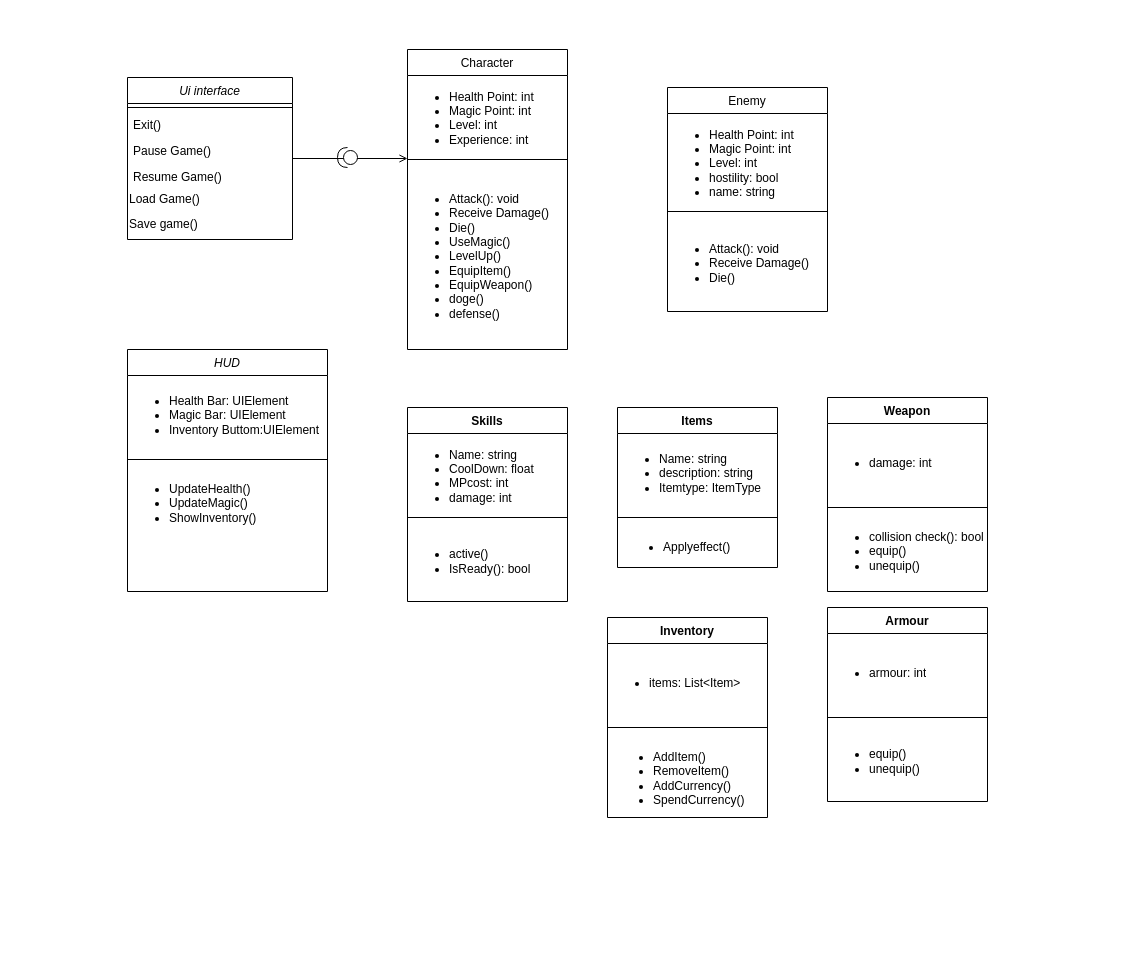
Earlier version of the draw.io diagram Game_UML_diagram.drawio (AndyC00/Ubi_hard-Game). Source tidied: cells renumbered, new cells numbered last; positions are measured from the earlier drawing's top-left corner, leaving out a move shared by most shapes. Both pictures are drawn from the tidied source at 100%, with x=0, y=0 at pixel (127, 49).
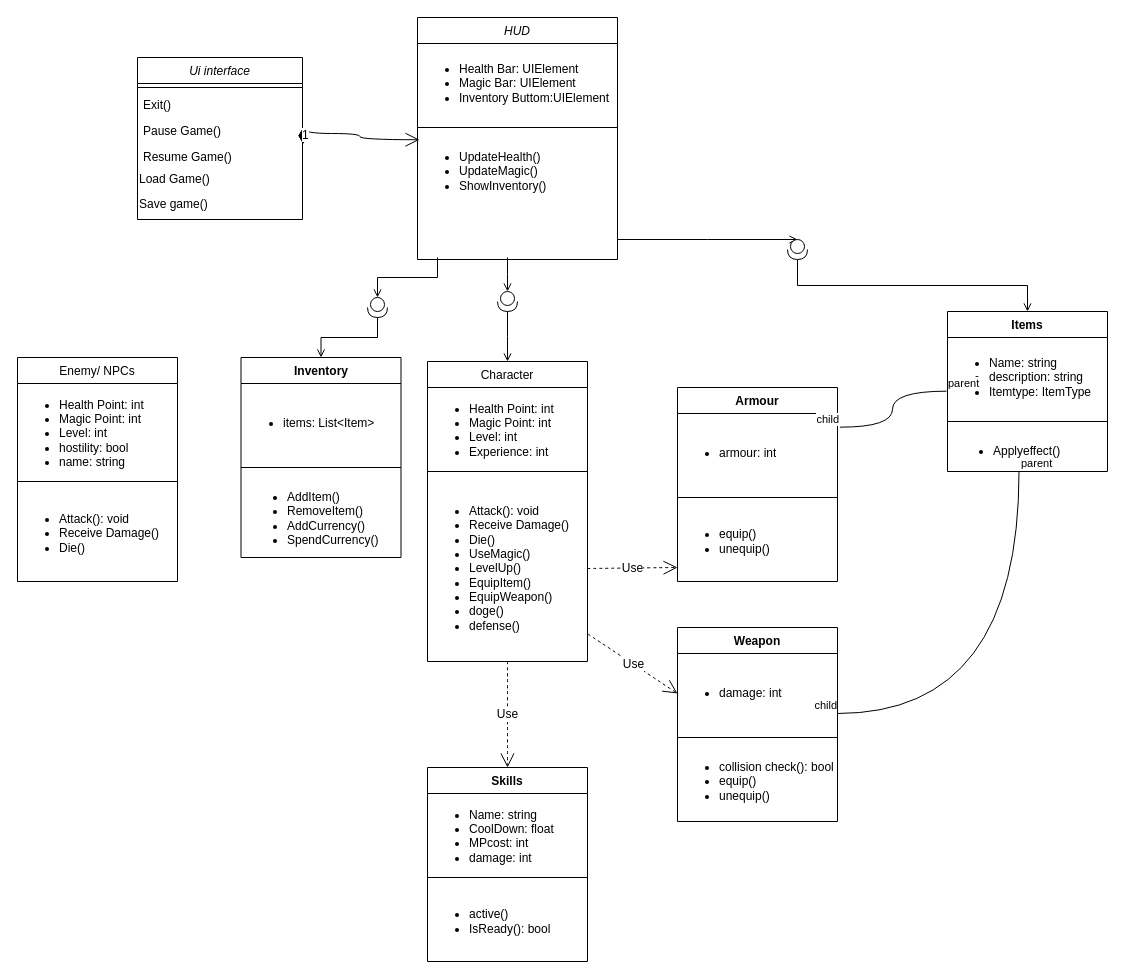
After the change.

Unchanged cells that the change refers to:
```xml
<mxCell id="6" value="Resume Game()" style="text;align=left;verticalAlign=top;spacingLeft=4;spacingRight=4;overflow=hidden;points=[[0,0.5],[1,0.5]];portConstraint=eastwest;rounded=0;shadow=0;html=0;" parent="2" vertex="1">
  <mxGeometry y="86" width="165" height="26" as="geometry" />
</mxCell>
<mxCell id="12" value="&lt;ul&gt;&lt;li&gt;Attack(): void&lt;/li&gt;&lt;li&gt;Receive Damage()&lt;/li&gt;&lt;li&gt;Die()&lt;/li&gt;&lt;li&gt;UseMagic()&lt;/li&gt;&lt;li&gt;LevelUp()&lt;/li&gt;&lt;li&gt;EquipItem()&lt;/li&gt;&lt;li&gt;EquipWeapon()&lt;/li&gt;&lt;li&gt;doge()&lt;/li&gt;&lt;li&gt;defense()&lt;/li&gt;&lt;/ul&gt;" style="text;strokeColor=none;fillColor=none;html=1;whiteSpace=wrap;verticalAlign=middle;overflow=hidden;" parent="9" vertex="1">
  <mxGeometry y="114" width="160" height="186" as="geometry" />
</mxCell>
<mxCell id="20" value="&lt;ul&gt;&lt;li&gt;Name: string&lt;/li&gt;&lt;li&gt;description: string&lt;/li&gt;&lt;li&gt;Itemtype: ItemType&lt;/li&gt;&lt;/ul&gt;" style="text;strokeColor=none;fillColor=none;html=1;whiteSpace=wrap;verticalAlign=middle;overflow=hidden;" parent="19" vertex="1">
  <mxGeometry y="26" width="160" height="80" as="geometry" />
</mxCell>
<mxCell id="22" value="&lt;ul&gt;&lt;li&gt;Applyeffect()&lt;/li&gt;&lt;/ul&gt;" style="text;strokeColor=none;fillColor=none;align=left;verticalAlign=top;spacingLeft=4;spacingRight=4;overflow=hidden;points=[[0,0.5],[1,0.5]];portConstraint=eastwest;whiteSpace=wrap;html=1;" parent="19" vertex="1">
  <mxGeometry y="114" width="160" height="46" as="geometry" />
</mxCell>
<mxCell id="28" value="&lt;ul&gt;&lt;li&gt;damage: int&lt;/li&gt;&lt;/ul&gt;" style="text;strokeColor=none;fillColor=none;html=1;whiteSpace=wrap;verticalAlign=middle;overflow=hidden;" parent="27" vertex="1">
  <mxGeometry y="26" width="160" height="80" as="geometry" />
</mxCell>
<mxCell id="32" value="&lt;ul&gt;&lt;li&gt;armour: int&lt;/li&gt;&lt;/ul&gt;" style="text;strokeColor=none;fillColor=none;html=1;whiteSpace=wrap;verticalAlign=middle;overflow=hidden;" parent="31" vertex="1">
  <mxGeometry y="26" width="160" height="80" as="geometry" />
</mxCell>
<mxCell id="42" value="&lt;ul&gt;&lt;li&gt;UpdateHealth()&lt;/li&gt;&lt;li&gt;UpdateMagic()&lt;/li&gt;&lt;li&gt;ShowInventory()&lt;/li&gt;&lt;/ul&gt;" style="text;strokeColor=none;fillColor=none;html=1;whiteSpace=wrap;verticalAlign=middle;overflow=hidden;" parent="39" vertex="1">
  <mxGeometry y="114" width="200" height="80" as="geometry" />
</mxCell>
```

Diff of the diagram source:
```diff
@@
     <mxCell id="2" value="Ui interface" style="swimlane;fontStyle=2;align=center;verticalAlign=top;horizontal=1;startSize=26;rounded=0;shadow=0;strokeWidth=1;" parent="1" vertex="1">
-      <mxGeometry y="28" width="165" height="162" as="geometry" />
+      <mxGeometry x="10" y="8" width="165" height="162" as="geometry" />
     </mxCell>
@@
     <mxCell id="9" value="Character" style="swimlane;fontStyle=0;align=center;verticalAlign=top;horizontal=1;startSize=26;rounded=0;shadow=0;strokeWidth=1;" parent="1" vertex="1">
-      <mxGeometry x="280" width="160" height="300" as="geometry" />
+      <mxGeometry x="300" y="312" width="160" height="300" as="geometry" />
     </mxCell>
@@
-    <mxCell id="13" style="endArrow=open;shadow=0;strokeWidth=1;rounded=0;curved=0;endFill=1;edgeStyle=elbowEdgeStyle;elbow=vertical;" parent="1" edge="1" source="2" target="9">
+    <mxCell id="13" style="endArrow=open;shadow=0;strokeWidth=1;rounded=0;curved=0;endFill=1;edgeStyle=elbowEdgeStyle;elbow=vertical;" parent="1" edge="1" source="18" target="9">
       <mxGeometry x="0.5" y="41" relative="1" as="geometry">
         <mxPoint x="-40" y="32" as="offset" />
       </mxGeometry>
     </mxCell>
-    <mxCell id="14" value="Enemy" style="swimlane;fontStyle=0;align=center;verticalAlign=top;horizontal=1;startSize=26;rounded=0;shadow=0;strokeWidth=1;" parent="1" vertex="1">
-      <mxGeometry x="540" y="38" width="160" height="224" as="geometry" />
+    <mxCell id="14" value="Enemy/ NPCs" style="swimlane;fontStyle=0;align=center;verticalAlign=top;horizontal=1;startSize=26;rounded=0;shadow=0;strokeWidth=1;" parent="1" vertex="1">
+      <mxGeometry x="-110" y="308" width="160" height="224" as="geometry" />
     </mxCell>
@@
-    <mxCell id="18" style="shape=providedRequiredInterface;html=1;verticalLabelPosition=bottom;sketch=0;rotation=-180;" parent="1" vertex="1">
-      <mxGeometry x="210" y="98" width="20" height="20" as="geometry" />
-    </mxCell>
     <mxCell id="19" value="Items" style="swimlane;fontStyle=1;align=center;verticalAlign=top;horizontal=1;startSize=26;whiteSpace=wrap;html=1;" parent="1" vertex="1">
-      <mxGeometry x="490" y="358" width="160" height="160" as="geometry" />
+      <mxGeometry x="820" y="262" width="160" height="160" as="geometry" />
     </mxCell>
@@
     <mxCell id="23" value="Skills" style="swimlane;fontStyle=1;align=center;verticalAlign=top;horizontal=1;startSize=26;whiteSpace=wrap;html=1;" parent="1" vertex="1">
-      <mxGeometry x="280" y="358" width="160" height="194" as="geometry" />
+      <mxGeometry x="300" y="718" width="160" height="194" as="geometry" />
     </mxCell>
@@
     <mxCell id="27" value="Weapon" style="swimlane;fontStyle=1;align=center;verticalAlign=top;horizontal=1;startSize=26;whiteSpace=wrap;html=1;" parent="1" vertex="1">
-      <mxGeometry x="700" y="348" width="160" height="194" as="geometry" />
+      <mxGeometry x="550" y="578" width="160" height="194" as="geometry" />
     </mxCell>
@@
     <mxCell id="31" value="Armour" style="swimlane;fontStyle=1;align=center;verticalAlign=top;horizontal=1;startSize=26;whiteSpace=wrap;html=1;" parent="1" vertex="1">
-      <mxGeometry x="700" y="558" width="160" height="194" as="geometry" />
+      <mxGeometry x="550" y="338" width="160" height="194" as="geometry" />
     </mxCell>
@@
     <mxCell id="35" value="Inventory" style="swimlane;fontStyle=1;align=center;verticalAlign=top;horizontal=1;startSize=26;whiteSpace=wrap;html=1;" parent="1" vertex="1">
-      <mxGeometry x="480" y="568" width="160" height="200" as="geometry" />
+      <mxGeometry x="113.5" y="308" width="160" height="200" as="geometry" />
     </mxCell>
@@
     <mxCell id="39" value="HUD" style="swimlane;fontStyle=2;align=center;verticalAlign=top;horizontal=1;startSize=26;rounded=0;shadow=0;strokeWidth=1;" parent="1" vertex="1">
-      <mxGeometry y="300" width="200" height="242" as="geometry" />
+      <mxGeometry x="290" y="-32" width="200" height="242" as="geometry" />
     </mxCell>
@@
+    <mxCell id="43" style="endArrow=none;html=1;edgeStyle=orthogonalEdgeStyle;rounded=0;fontSize=12;startSize=8;endSize=8;curved=1;entryX=1;entryY=0.75;entryDx=0;entryDy=0;exitX=0.447;exitY=0.998;exitDx=0;exitDy=0;exitPerimeter=0;" parent="1" edge="1" source="22" target="28">
+      <mxGeometry relative="1" as="geometry" />
+    </mxCell>
+    <mxCell id="44" value="parent" style="edgeLabel;html=1;align=left;verticalAlign=bottom;" parent="43" vertex="1">
+      <mxGeometry x="-1" relative="1" as="geometry" />
+    </mxCell>
+    <mxCell id="45" value="child" style="edgeLabel;html=1;align=right;verticalAlign=bottom;" parent="43" vertex="1">
+      <mxGeometry x="1" relative="1" as="geometry" />
+    </mxCell>
+    <mxCell id="46" style="endArrow=none;html=1;edgeStyle=orthogonalEdgeStyle;rounded=0;fontSize=12;startSize=8;endSize=8;curved=1;exitX=-0.006;exitY=0.671;exitDx=0;exitDy=0;exitPerimeter=0;entryX=1.015;entryY=0.171;entryDx=0;entryDy=0;entryPerimeter=0;" parent="1" edge="1" source="20" target="32">
+      <mxGeometry relative="1" as="geometry" />
+    </mxCell>
+    <mxCell id="47" value="parent" style="edgeLabel;html=1;align=left;verticalAlign=bottom;" parent="46" vertex="1">
+      <mxGeometry x="-1" relative="1" as="geometry" />
+    </mxCell>
+    <mxCell id="48" value="child" style="edgeLabel;html=1;align=right;verticalAlign=bottom;" parent="46" vertex="1">
+      <mxGeometry x="1" relative="1" as="geometry" />
+    </mxCell>
+    <mxCell id="49" style="endArrow=open;shadow=0;strokeWidth=1;rounded=0;curved=0;endFill=1;edgeStyle=elbowEdgeStyle;elbow=vertical;" parent="1" edge="1" target="18">
+      <mxGeometry x="0.5" y="41" relative="1" as="geometry">
+        <mxPoint x="380" y="208" as="sourcePoint" />
+        <mxPoint x="-40" y="32" as="offset" />
+      </mxGeometry>
+    </mxCell>
+    <mxCell id="18" style="shape=providedRequiredInterface;html=1;verticalLabelPosition=bottom;sketch=0;rotation=90;" parent="1" vertex="1">
+      <mxGeometry x="370" y="242" width="20" height="20" as="geometry" />
+    </mxCell>
+    <mxCell id="50" value="1" style="endArrow=open;html=1;endSize=12;startArrow=diamondThin;startSize=14;startFill=1;edgeStyle=orthogonalEdgeStyle;align=left;verticalAlign=bottom;rounded=0;fontSize=12;curved=1;exitX=1.004;exitY=0.026;exitDx=0;exitDy=0;exitPerimeter=0;entryX=0.01;entryY=0.103;entryDx=0;entryDy=0;entryPerimeter=0;" parent="1" edge="1" source="6" target="42">
+      <mxGeometry x="-1" y="3" relative="1" as="geometry" />
+    </mxCell>
+    <mxCell id="51" style="endArrow=open;shadow=0;strokeWidth=1;rounded=0;curved=0;endFill=1;edgeStyle=elbowEdgeStyle;elbow=vertical;entryX=0.5;entryY=0;entryDx=0;entryDy=0;" parent="1" edge="1" source="53" target="19">
+      <mxGeometry x="0.5" y="41" relative="1" as="geometry">
+        <mxPoint x="-40" y="32" as="offset" />
+      </mxGeometry>
+    </mxCell>
+    <mxCell id="52" style="endArrow=open;shadow=0;strokeWidth=1;rounded=0;curved=0;endFill=1;edgeStyle=elbowEdgeStyle;elbow=vertical;entryX=0;entryY=0.5;entryDx=0;entryDy=0;entryPerimeter=0;" parent="1" edge="1" target="53">
+      <mxGeometry x="0.5" y="41" relative="1" as="geometry">
+        <mxPoint x="490" y="190" as="sourcePoint" />
+        <mxPoint x="-40" y="32" as="offset" />
+      </mxGeometry>
+    </mxCell>
+    <mxCell id="53" style="shape=providedRequiredInterface;html=1;verticalLabelPosition=bottom;sketch=0;rotation=90;" parent="1" vertex="1">
+      <mxGeometry x="660" y="190" width="20" height="20" as="geometry" />
+    </mxCell>
+    <mxCell id="54" style="endArrow=open;shadow=0;strokeWidth=1;rounded=0;curved=0;endFill=1;edgeStyle=elbowEdgeStyle;elbow=vertical;entryX=0.5;entryY=0;entryDx=0;entryDy=0;" parent="1" edge="1" source="56" target="35">
+      <mxGeometry x="0.5" y="41" relative="1" as="geometry">
+        <mxPoint x="-40" y="32" as="offset" />
+      </mxGeometry>
+    </mxCell>
+    <mxCell id="55" style="endArrow=open;shadow=0;strokeWidth=1;rounded=0;curved=0;endFill=1;edgeStyle=elbowEdgeStyle;elbow=vertical;entryX=0;entryY=0.5;entryDx=0;entryDy=0;entryPerimeter=0;" parent="1" edge="1" target="56">
+      <mxGeometry x="0.5" y="41" relative="1" as="geometry">
+        <mxPoint x="310" y="208" as="sourcePoint" />
+        <mxPoint x="-40" y="32" as="offset" />
+      </mxGeometry>
+    </mxCell>
+    <mxCell id="56" style="shape=providedRequiredInterface;html=1;verticalLabelPosition=bottom;sketch=0;rotation=90;" parent="1" vertex="1">
+      <mxGeometry x="240" y="248" width="20" height="20" as="geometry" />
+    </mxCell>
+    <mxCell id="57" value="Use" style="endArrow=open;endSize=12;dashed=1;html=1;rounded=0;fontSize=12;curved=1;exitX=0.5;exitY=1;exitDx=0;exitDy=0;entryX=0.5;entryY=0;entryDx=0;entryDy=0;" parent="1" edge="1" source="12" target="23">
+      <mxGeometry relative="1" as="geometry" />
+    </mxCell>
+    <mxCell id="58" value="Use" style="endArrow=open;endSize=12;dashed=1;html=1;rounded=0;fontSize=12;curved=1;exitX=1.004;exitY=0.853;exitDx=0;exitDy=0;entryX=0;entryY=0.5;entryDx=0;entryDy=0;exitPerimeter=0;" parent="1" edge="1" source="12" target="28">
+      <mxGeometry relative="1" as="geometry" />
+    </mxCell>
+    <mxCell id="59" value="Use" style="endArrow=open;endSize=12;dashed=1;html=1;rounded=0;fontSize=12;curved=1;exitX=1;exitY=0.5;exitDx=0;exitDy=0;" parent="1" edge="1" source="12">
+      <mxGeometry relative="1" as="geometry">
+        <mxPoint x="550" y="518" as="targetPoint" />
+      </mxGeometry>
+    </mxCell>
```
